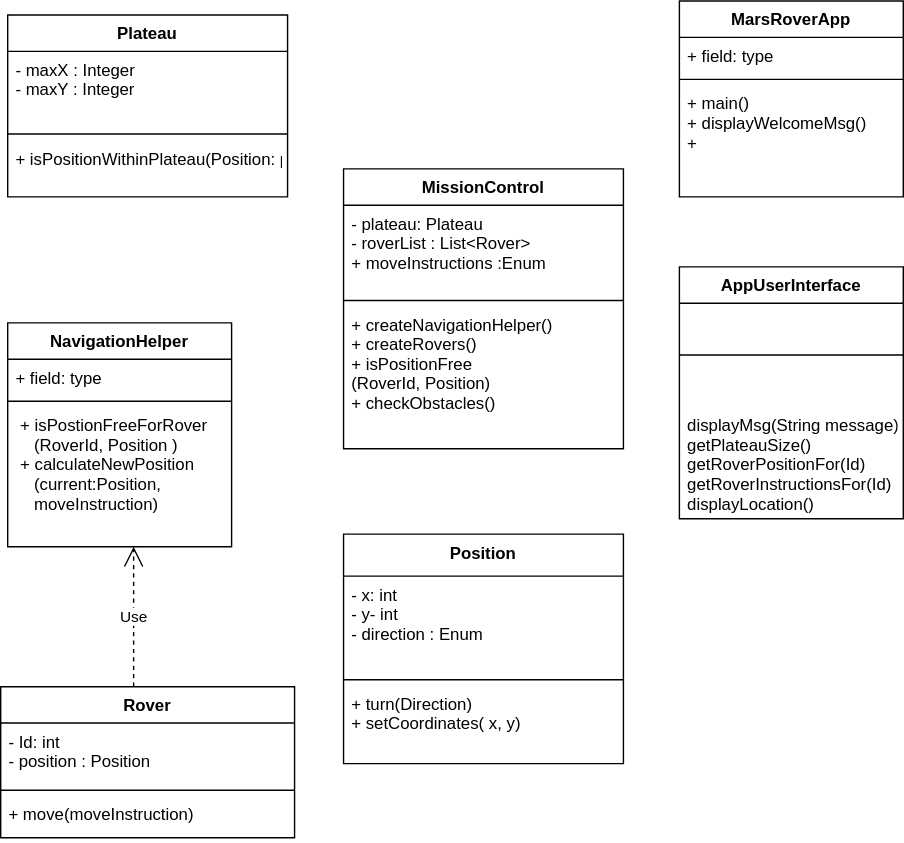
Earlier version of the draw.io export docs/design/MarsRoverClassDiagram.svg (aparnak22/MarsRoverMission). Source tidied: cells renumbered, new cells last; positions are measured from the earlier drawing's top-left corner, leaving out a move shared by most shapes.
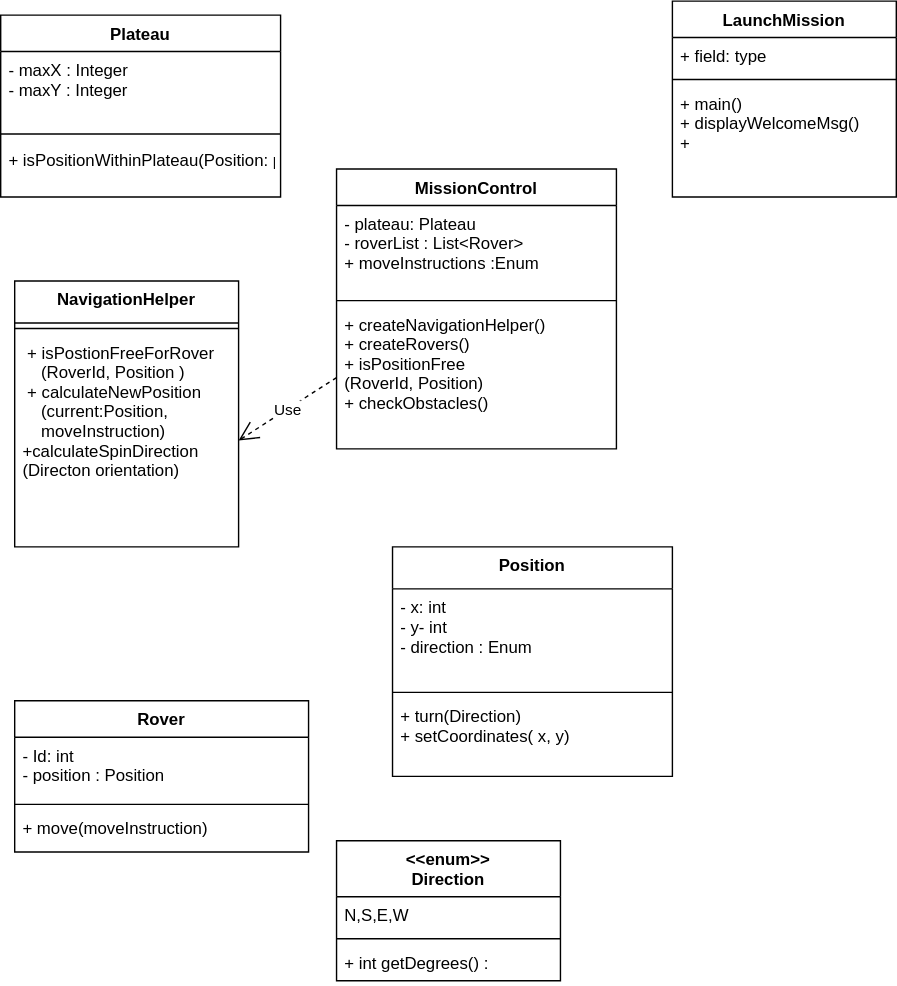
After the commit.

Commit message:
Adding a readme file and updating the class diagram.

What changed in the source:
```diff
@@ -15,7 +15,7 @@
       <mxGeometry y="98" width="200" height="102" as="geometry" />
     </mxCell>
     <mxCell id="6" value="Rover" style="swimlane;fontStyle=1;align=center;verticalAlign=top;horizontal=1;startSize=26;" parent="1" vertex="1">
-      <mxGeometry y="490" width="210" height="108" as="geometry" />
+      <mxGeometry x="15" y="500" width="210" height="108" as="geometry" />
     </mxCell>
     <mxCell id="7" value="- Id: int&#10;- position : Position" style="text;strokeColor=none;fillColor=none;align=left;verticalAlign=top;spacingLeft=4;spacingRight=4;overflow=hidden;" parent="6" vertex="1">
       <mxGeometry y="26" width="210" height="44" as="geometry" />
@@ -27,7 +27,7 @@
       <mxGeometry y="78" width="210" height="30" as="geometry" />
     </mxCell>
     <mxCell id="10" value="Position" style="swimlane;fontStyle=1;align=center;verticalAlign=top;horizontal=1;startSize=30;" parent="1" vertex="1">
-      <mxGeometry x="245" y="381" width="200" height="164" as="geometry" />
+      <mxGeometry x="285" y="390" width="200" height="164" as="geometry" />
     </mxCell>
     <mxCell id="11" value="- x: int&#10;- y- int&#10;- direction : Enum" style="text;strokeColor=none;fillColor=none;align=left;verticalAlign=top;spacingLeft=4;spacingRight=4;overflow=hidden;" parent="10" vertex="1">
       <mxGeometry y="30" width="200" height="70" as="geometry" />
@@ -38,23 +38,17 @@
     <mxCell id="13" value="+ turn(Direction)&#10;+ setCoordinates( x, y)" style="text;strokeColor=none;fillColor=none;align=left;verticalAlign=top;spacingLeft=4;spacingRight=4;overflow=hidden;" parent="10" vertex="1">
       <mxGeometry y="108" width="200" height="56" as="geometry" />
     </mxCell>
-    <mxCell id="14" value="NavigationHelper" style="swimlane;fontStyle=1;align=center;verticalAlign=top;horizontal=1;startSize=26;" parent="1" vertex="1">
-      <mxGeometry x="5" y="230" width="160" height="160" as="geometry" />
+    <mxCell id="14" value="NavigationHelper" style="swimlane;fontStyle=1;align=center;verticalAlign=top;horizontal=1;startSize=30;" parent="1" vertex="1">
+      <mxGeometry x="15" y="200" width="160" height="190" as="geometry" />
     </mxCell>
-    <mxCell id="15" value="+ field: type" style="text;strokeColor=none;fillColor=none;align=left;verticalAlign=top;spacingLeft=4;spacingRight=4;overflow=hidden;" parent="14" vertex="1">
-      <mxGeometry y="26" width="160" height="26" as="geometry" />
-    </mxCell>
     <mxCell id="16" style="line;strokeWidth=1;fillColor=none;align=left;verticalAlign=middle;spacingTop=-1;spacingLeft=3;spacingRight=3;labelPosition=right;" parent="14" vertex="1">
-      <mxGeometry y="52" width="160" height="8" as="geometry" />
+      <mxGeometry y="30" width="160" height="8" as="geometry" />
     </mxCell>
-    <mxCell id="17" value=" + isPostionFreeForRover&#10;    (RoverId, Position )&#10; + calculateNewPosition&#10;    (current:Position, &#10;    moveInstruction)" style="text;strokeColor=none;fillColor=none;align=left;verticalAlign=top;spacingLeft=4;spacingRight=4;overflow=hidden;points=[[0,0.5],[1,0.5]];portConstraint=eastwest;" parent="14" vertex="1">
-      <mxGeometry y="60" width="160" height="100" as="geometry" />
+    <mxCell id="17" value=" + isPostionFreeForRover&#10;    (RoverId, Position )&#10; + calculateNewPosition&#10;    (current:Position, &#10;    moveInstruction)&#10;+calculateSpinDirection&#10;(Directon orientation)" style="text;strokeColor=none;fillColor=none;align=left;verticalAlign=top;spacingLeft=4;spacingRight=4;overflow=hidden;points=[[0,0.5],[1,0.5]];portConstraint=eastwest;" parent="14" vertex="1">
+      <mxGeometry y="38" width="160" height="152" as="geometry" />
     </mxCell>
-    <mxCell id="18" value="Use" style="endArrow=open;endSize=12;dashed=1;html=1;rounded=0;" parent="1" edge="1">
-      <mxGeometry relative="1" as="geometry">
-        <mxPoint x="95" y="490" as="sourcePoint" />
-        <mxPoint x="95" y="390" as="targetPoint" />
-      </mxGeometry>
+    <mxCell id="18" value="Use" style="endArrow=open;endSize=12;dashed=1;html=1;rounded=0;exitX=0;exitY=0.5;exitDx=0;exitDy=0;entryX=1;entryY=0.5;entryDx=0;entryDy=0;" parent="1" edge="1" source="5" target="17">
+      <mxGeometry relative="1" as="geometry" />
     </mxCell>
     <mxCell id="19" value="Plateau" style="swimlane;fontStyle=1;align=center;verticalAlign=top;horizontal=1;startSize=26;" parent="1" vertex="1">
       <mxGeometry x="5" y="10" width="200" height="130" as="geometry" />
@@ -68,7 +62,7 @@
     <mxCell id="22" value="+ isPositionWithinPlateau(Position: position)" style="text;strokeColor=none;fillColor=none;align=left;verticalAlign=top;spacingLeft=4;spacingRight=4;overflow=hidden;" parent="19" vertex="1">
       <mxGeometry y="90" width="200" height="40" as="geometry" />
     </mxCell>
-    <mxCell id="23" value="MarsRoverApp" style="swimlane;fontStyle=1;align=center;verticalAlign=top;horizontal=1;startSize=26;" parent="1" vertex="1">
+    <mxCell id="23" value="LaunchMission" style="swimlane;fontStyle=1;align=center;verticalAlign=top;horizontal=1;startSize=26;" parent="1" vertex="1">
       <mxGeometry x="485" width="160" height="140" as="geometry" />
     </mxCell>
     <mxCell id="24" value="+ field: type" style="text;strokeColor=none;fillColor=none;align=left;verticalAlign=top;spacingLeft=4;spacingRight=4;overflow=hidden;" parent="23" vertex="1">
@@ -80,14 +74,17 @@
     <mxCell id="26" value="+ main() &#10;+ displayWelcomeMsg()&#10;+ " style="text;strokeColor=none;fillColor=none;align=left;verticalAlign=top;spacingLeft=4;spacingRight=4;overflow=hidden;" parent="23" vertex="1">
       <mxGeometry y="60" width="160" height="80" as="geometry" />
     </mxCell>
-    <mxCell id="27" value="AppUserInterface" style="swimlane;fontStyle=1;align=center;verticalAlign=top;horizontal=1;startSize=26;" parent="1" vertex="1">
-      <mxGeometry x="485" y="190" width="160" height="180" as="geometry" />
-    </mxCell>
-    <mxCell id="28" style="line;strokeWidth=1;fillColor=none;align=left;verticalAlign=middle;spacingTop=-1;spacingLeft=3;spacingRight=3;labelPosition=right;" parent="27" vertex="1">
-      <mxGeometry y="26" width="160" height="74" as="geometry" />
-    </mxCell>
-    <mxCell id="29" value="displayMsg(String message)&#10;getPlateauSize()&#10;getRoverPositionFor(Id)&#10;getRoverInstructionsFor(Id)&#10;displayLocation()&#10;" style="text;strokeColor=none;fillColor=none;align=left;verticalAlign=top;spacingLeft=4;spacingRight=4;overflow=hidden;" parent="27" vertex="1">
-      <mxGeometry y="100" width="160" height="80" as="geometry" />
+    <mxCell id="29" value="&lt;&lt;enum&gt;&gt;&#10;Direction" style="swimlane;fontStyle=1;align=center;verticalAlign=top;horizontal=1;startSize=40;" parent="1" vertex="1">
+      <mxGeometry x="245" y="600" width="160" height="100" as="geometry" />
     </mxCell>
+    <mxCell id="30" value="N,S,E,W" style="text;strokeColor=none;fillColor=none;align=left;verticalAlign=top;spacingLeft=4;spacingRight=4;overflow=hidden;" parent="29" vertex="1">
+      <mxGeometry y="40" width="160" height="26" as="geometry" />
+    </mxCell>
+    <mxCell id="31" style="line;strokeWidth=1;fillColor=none;align=left;verticalAlign=middle;spacingTop=-1;spacingLeft=3;spacingRight=3;labelPosition=right;" parent="29" vertex="1">
+      <mxGeometry y="66" width="160" height="8" as="geometry" />
+    </mxCell>
+    <mxCell id="32" value="+ int getDegrees() :" style="text;strokeColor=none;fillColor=none;align=left;verticalAlign=top;spacingLeft=4;spacingRight=4;overflow=hidden;" parent="29" vertex="1">
+      <mxGeometry y="74" width="160" height="26" as="geometry" />
+    </mxCell>
   </root>
 </mxGraphModel>
```
